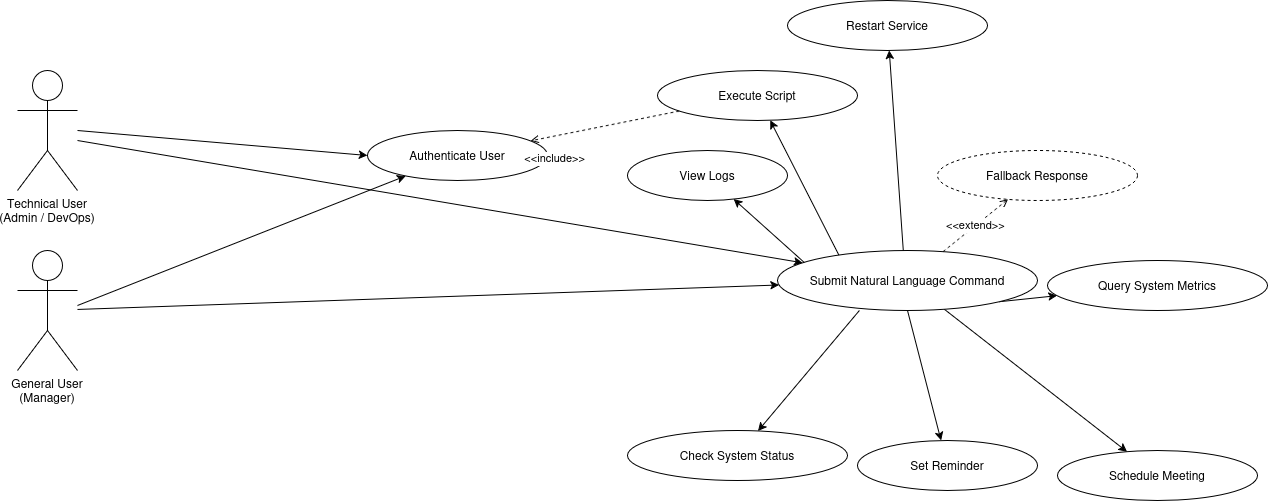
Before: 2_UML/uml_diagram.png, a diagram exported from draw.io (VemorPhose/CS331). Source tidied: cells renumbered, new cells last; positions are measured from the earlier drawing's top-left corner, leaving out a move shared by most shapes.
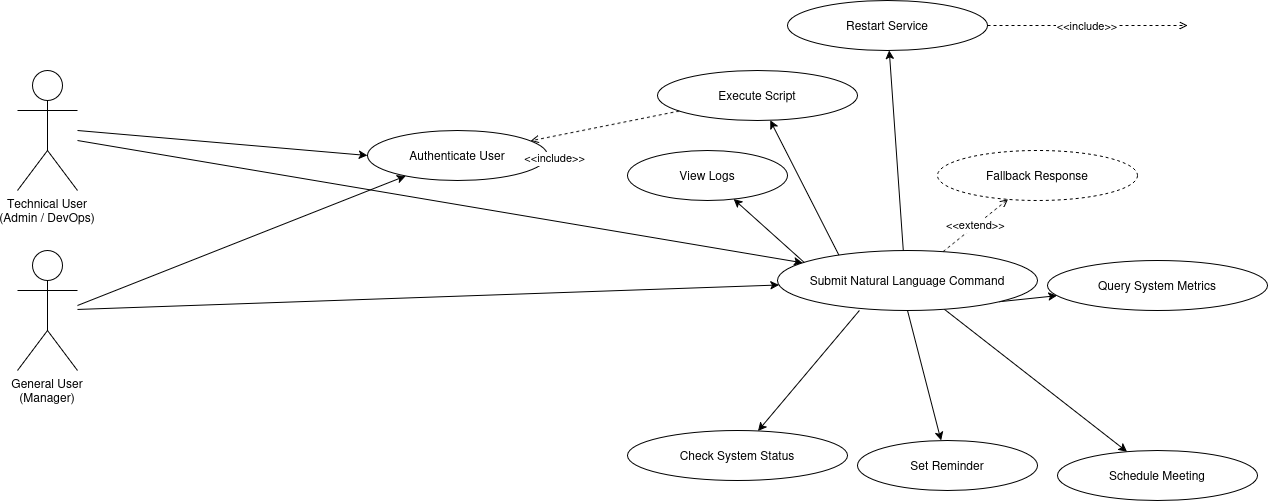
The same diagram one commit later.

The edit, as a diff of the source:
```diff
@@ -82,6 +82,11 @@
         <mxPoint x="-1" as="offset" />
       </mxGeometry>
     </mxCell>
+    <mxCell id="27" value="&lt;&lt;include&gt;&gt;" style="dashed=1;endArrow=open;" parent="1" edge="1" source="20">
+      <mxGeometry relative="1" as="geometry">
+        <mxPoint x="1170" y="25" as="targetPoint" />
+      </mxGeometry>
+    </mxCell>
     <mxCell id="26" value="&lt;&lt;extend&gt;&gt;" style="dashed=1;endArrow=open;" parent="1" edge="1" source="16" target="17">
       <mxGeometry relative="1" as="geometry" />
     </mxCell>
```
